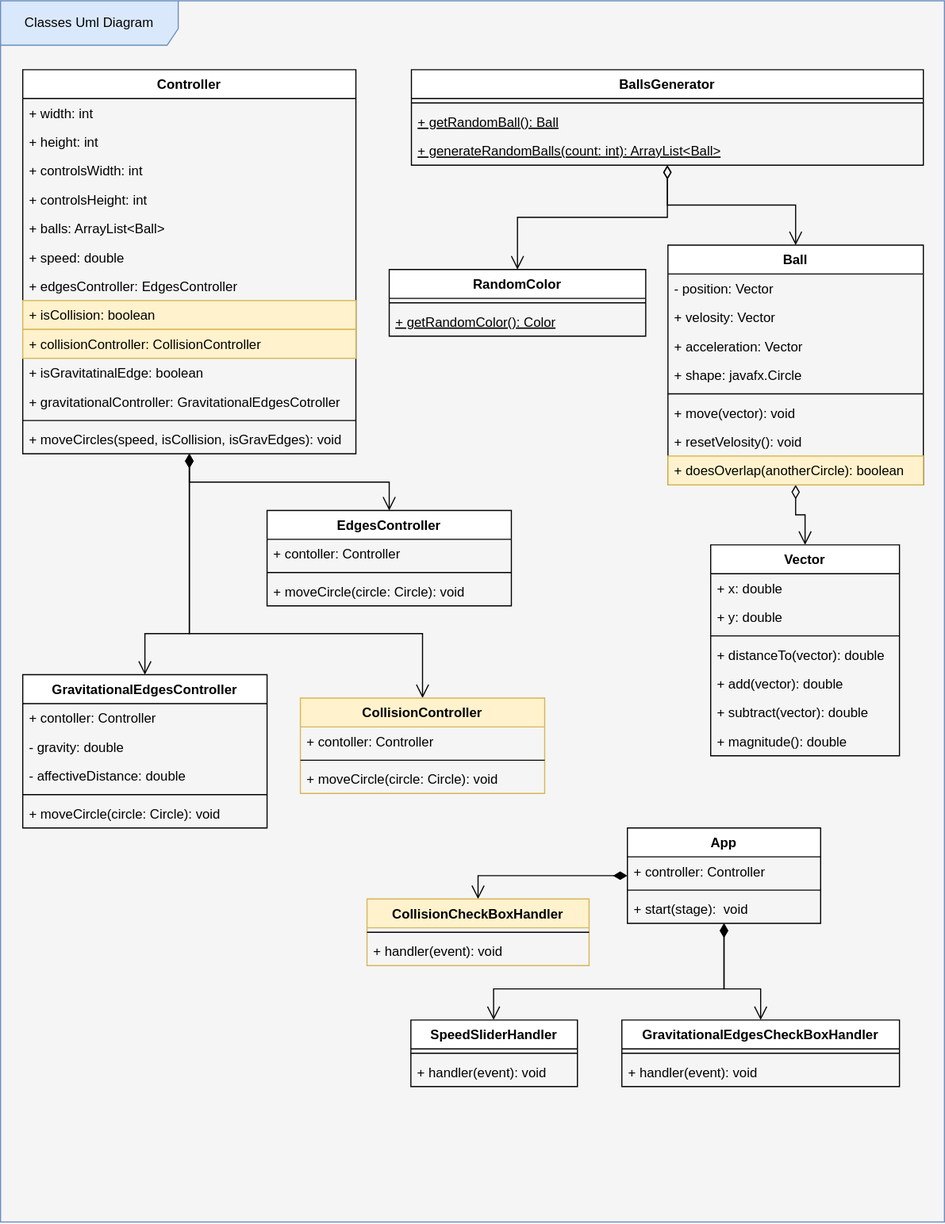
Earlier version of the draw.io export bouncing-balls-class-uml.svg (MuhammadSawalhy/bouncing-balls-javafx). Source tidied: cells renumbered, new cells last; positions are measured from the earlier drawing's top-left corner, leaving out a move shared by most shapes.
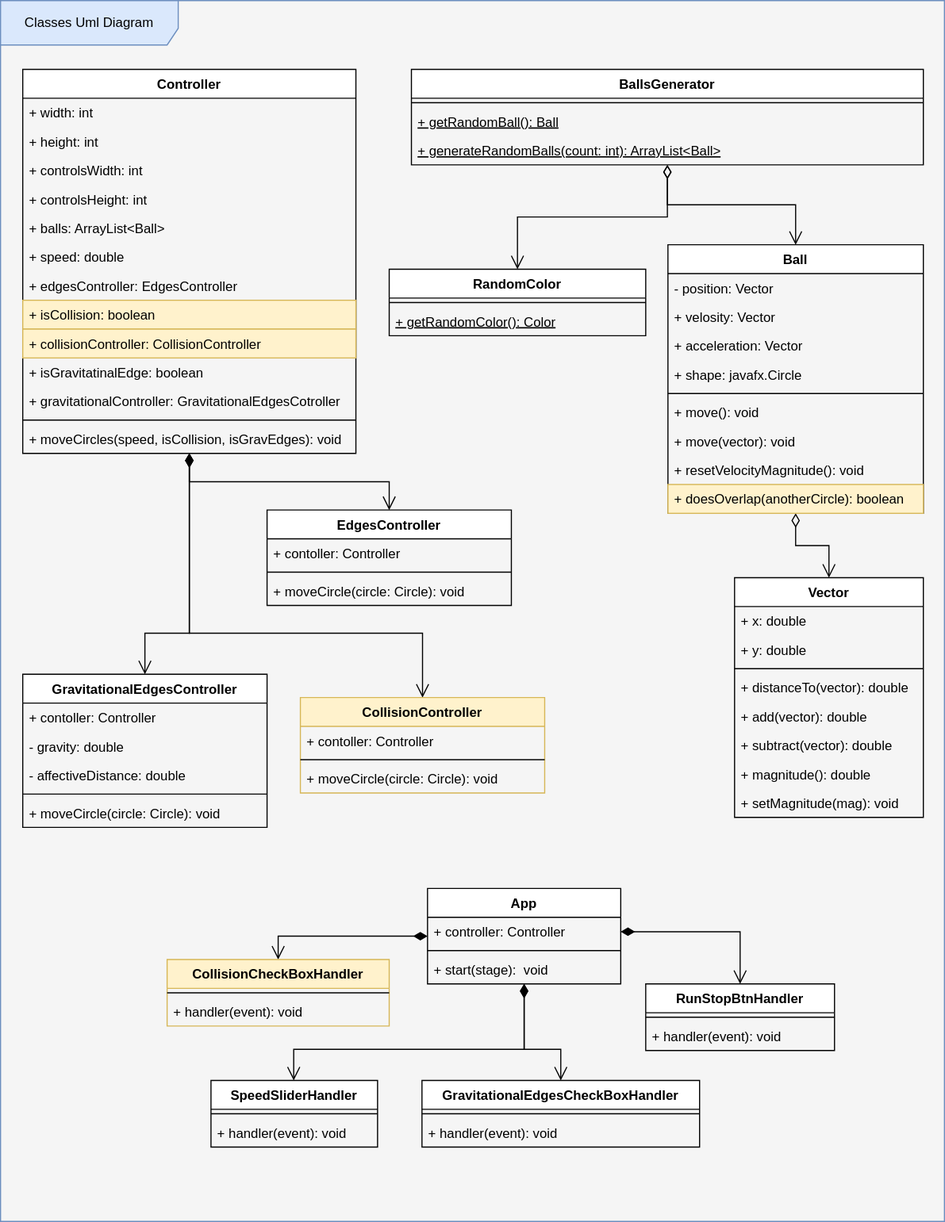
The same file after the commit.

Commit message:
Update class uml diagram

- New method in Ball class to move() itself using it properties
- Add event handler for stop/run button

Change to the diagram source:
```diff
@@ -72,21 +72,21 @@
     <mxCell id="21" style="edgeStyle=orthogonalEdgeStyle;rounded=0;jettySize=auto;html=1;entryX=0.5;entryY=0;entryDx=0;entryDy=0;startArrow=diamondThin;startFill=1;endArrow=open;endFill=0;startSize=10;endSize=10;strokeWidth=1;" parent="1" edge="1" source="23" target="71">
       <mxGeometry relative="1" as="geometry">
         <Array as="points">
-          <mxPoint x="652" y="890" />
-          <mxPoint x="684" y="890" />
+          <mxPoint x="472" y="945" />
+          <mxPoint x="504" y="945" />
         </Array>
       </mxGeometry>
     </mxCell>
     <mxCell id="22" style="edgeStyle=orthogonalEdgeStyle;rounded=0;jettySize=auto;html=1;startArrow=diamondThin;startFill=1;endArrow=open;endFill=0;startSize=10;endSize=10;strokeWidth=1;" parent="1" edge="1" source="23" target="74">
       <mxGeometry relative="1" as="geometry">
         <Array as="points">
-          <mxPoint x="652" y="890" />
-          <mxPoint x="444" y="890" />
+          <mxPoint x="472" y="945" />
+          <mxPoint x="264" y="945" />
         </Array>
       </mxGeometry>
     </mxCell>
     <mxCell id="23" value="App" style="swimlane;fontStyle=1;align=center;verticalAlign=top;horizontal=1;startSize=26;shadow=0;" parent="1" vertex="1">
-      <mxGeometry x="564.5" y="745" width="174" height="86" as="geometry" />
+      <mxGeometry x="384.5" y="800" width="174" height="86" as="geometry" />
     </mxCell>
     <mxCell id="24" value="+ controller: Controller" style="text;strokeColor=none;fillColor=none;align=left;verticalAlign=top;spacingLeft=4;spacingRight=4;overflow=hidden;points=[[0,0.5],[1,0.5]];portConstraint=eastwest;shadow=0;" parent="23" vertex="1">
       <mxGeometry y="26" width="174" height="26" as="geometry" />
@@ -170,7 +170,7 @@
       <mxGeometry relative="1" as="geometry" />
     </mxCell>
     <mxCell id="51" value="Ball" style="swimlane;fontStyle=1;align=center;verticalAlign=top;horizontal=1;startSize=26;shadow=0;" parent="1" vertex="1">
-      <mxGeometry x="601" y="220" width="230" height="216" as="geometry" />
+      <mxGeometry x="601" y="220" width="230" height="242" as="geometry" />
     </mxCell>
     <mxCell id="52" value="- position: Vector" style="text;strokeColor=none;fillColor=none;align=left;verticalAlign=top;spacingLeft=4;spacingRight=4;overflow=hidden;shadow=0;" parent="51" vertex="1">
       <mxGeometry y="26" width="230" height="26" as="geometry" />
@@ -187,17 +187,20 @@
     <mxCell id="56" style="line;strokeWidth=1;fillColor=none;align=left;verticalAlign=middle;spacingTop=-1;spacingLeft=3;spacingRight=3;labelPosition=right;shadow=0;" parent="51" vertex="1">
       <mxGeometry y="130" width="230" height="8" as="geometry" />
     </mxCell>
+    <mxCell id="77" value="+ move(): void" style="text;strokeColor=none;fillColor=none;align=left;verticalAlign=top;spacingLeft=4;spacingRight=4;overflow=hidden;shadow=0;" parent="51" vertex="1">
+      <mxGeometry y="138" width="230" height="26" as="geometry" />
+    </mxCell>
     <mxCell id="57" value="+ move(vector): void" style="text;strokeColor=none;fillColor=none;align=left;verticalAlign=top;spacingLeft=4;spacingRight=4;overflow=hidden;shadow=0;" parent="51" vertex="1">
-      <mxGeometry y="138" width="230" height="26" as="geometry" />
+      <mxGeometry y="164" width="230" height="26" as="geometry" />
     </mxCell>
-    <mxCell id="58" value="+ resetVelosity(): void" style="text;strokeColor=none;fillColor=none;align=left;verticalAlign=top;spacingLeft=4;spacingRight=4;overflow=hidden;shadow=0;" parent="51" vertex="1">
-      <mxGeometry y="164" width="230" height="26" as="geometry" />
+    <mxCell id="58" value="+ resetVelocityMagnitude(): void" style="text;strokeColor=none;fillColor=none;align=left;verticalAlign=top;spacingLeft=4;spacingRight=4;overflow=hidden;shadow=0;" parent="51" vertex="1">
+      <mxGeometry y="190" width="230" height="26" as="geometry" />
     </mxCell>
     <mxCell id="59" value="+ doesOverlap(anotherCircle): boolean" style="text;strokeColor=#d6b656;fillColor=#fff2cc;align=left;verticalAlign=top;spacingLeft=4;spacingRight=4;overflow=hidden;shadow=0;" parent="51" vertex="1">
-      <mxGeometry y="190" width="230" height="26" as="geometry" />
+      <mxGeometry y="216" width="230" height="26" as="geometry" />
     </mxCell>
     <mxCell id="60" value="Vector" style="swimlane;fontStyle=1;align=center;verticalAlign=top;horizontal=1;startSize=26;shadow=0;" parent="1" vertex="1">
-      <mxGeometry x="639.5" y="490" width="170" height="190" as="geometry" />
+      <mxGeometry x="661" y="520" width="170" height="216" as="geometry" />
     </mxCell>
     <mxCell id="61" value="+ x: double" style="text;strokeColor=none;fillColor=none;align=left;verticalAlign=top;spacingLeft=4;spacingRight=4;overflow=hidden;shadow=0;" parent="60" vertex="1">
       <mxGeometry y="26" width="170" height="26" as="geometry" />
@@ -220,8 +223,11 @@
     <mxCell id="67" value="+ magnitude(): double" style="text;strokeColor=none;fillColor=none;align=left;verticalAlign=top;spacingLeft=4;spacingRight=4;overflow=hidden;shadow=0;" parent="60" vertex="1">
       <mxGeometry y="164" width="170" height="26" as="geometry" />
     </mxCell>
+    <mxCell id="78" value="+ setMagnitude(mag): void" style="text;strokeColor=none;fillColor=none;align=left;verticalAlign=top;spacingLeft=4;spacingRight=4;overflow=hidden;shadow=0;" parent="60" vertex="1">
+      <mxGeometry y="190" width="170" height="26" as="geometry" />
+    </mxCell>
     <mxCell id="68" value="CollisionCheckBoxHandler" style="swimlane;fontStyle=1;align=center;verticalAlign=top;horizontal=1;startSize=26;shadow=0;fillColor=#fff2cc;strokeColor=#d6b656;" parent="1" vertex="1">
-      <mxGeometry x="330" y="809" width="200" height="60" as="geometry" />
+      <mxGeometry x="150" y="864" width="200" height="60" as="geometry" />
     </mxCell>
     <mxCell id="69" style="line;strokeWidth=1;fillColor=none;align=left;verticalAlign=middle;spacingTop=-1;spacingLeft=3;spacingRight=3;labelPosition=right;shadow=0;" parent="68" vertex="1">
       <mxGeometry y="26" width="200" height="8" as="geometry" />
@@ -230,7 +236,7 @@
       <mxGeometry y="34" width="200" height="26" as="geometry" />
     </mxCell>
     <mxCell id="71" value="GravitationalEdgesCheckBoxHandler" style="swimlane;fontStyle=1;align=center;verticalAlign=top;horizontal=1;startSize=26;shadow=0;" parent="1" vertex="1">
-      <mxGeometry x="559.5" y="918" width="250" height="60" as="geometry" />
+      <mxGeometry x="379.5" y="973" width="250" height="60" as="geometry" />
     </mxCell>
     <mxCell id="72" style="line;strokeWidth=1;fillColor=none;align=left;verticalAlign=middle;spacingTop=-1;spacingLeft=3;spacingRight=3;labelPosition=right;shadow=0;" parent="71" vertex="1">
       <mxGeometry y="26" width="250" height="8" as="geometry" />
@@ -239,7 +245,7 @@
       <mxGeometry y="34" width="250" height="26" as="geometry" />
     </mxCell>
     <mxCell id="74" value="SpeedSliderHandler" style="swimlane;fontStyle=1;align=center;verticalAlign=top;horizontal=1;startSize=26;shadow=0;" parent="1" vertex="1">
-      <mxGeometry x="369.5" y="918" width="150" height="60" as="geometry" />
+      <mxGeometry x="189.5" y="973" width="150" height="60" as="geometry" />
     </mxCell>
     <mxCell id="75" style="line;strokeWidth=1;fillColor=none;align=left;verticalAlign=middle;spacingTop=-1;spacingLeft=3;spacingRight=3;labelPosition=right;shadow=0;" parent="74" vertex="1">
       <mxGeometry y="26" width="150" height="8" as="geometry" />
@@ -247,5 +253,21 @@
     <mxCell id="76" value="+ handler(event): void" style="text;strokeColor=none;fillColor=none;align=left;verticalAlign=top;spacingLeft=4;spacingRight=4;overflow=hidden;shadow=0;" parent="74" vertex="1">
       <mxGeometry y="34" width="150" height="26" as="geometry" />
     </mxCell>
+    <mxCell id="79" value="RunStopBtnHandler" style="swimlane;fontStyle=1;align=center;verticalAlign=top;horizontal=1;startSize=26;shadow=0;" parent="1" vertex="1">
+      <mxGeometry x="581" y="886" width="170" height="60" as="geometry" />
+    </mxCell>
+    <mxCell id="80" style="line;strokeWidth=1;fillColor=none;align=left;verticalAlign=middle;spacingTop=-1;spacingLeft=3;spacingRight=3;labelPosition=right;shadow=0;" parent="79" vertex="1">
+      <mxGeometry y="26" width="170" height="8" as="geometry" />
+    </mxCell>
+    <mxCell id="81" value="+ handler(event): void" style="text;strokeColor=none;fillColor=none;align=left;verticalAlign=top;spacingLeft=4;spacingRight=4;overflow=hidden;shadow=0;" parent="79" vertex="1">
+      <mxGeometry y="34" width="170" height="26" as="geometry" />
+    </mxCell>
+    <mxCell id="82" style="edgeStyle=orthogonalEdgeStyle;rounded=0;jettySize=auto;html=1;startArrow=diamondThin;startFill=1;endArrow=open;endFill=0;startSize=10;endSize=10;strokeWidth=1;exitX=1;exitY=0.5;exitDx=0;exitDy=0;entryX=0.5;entryY=0;entryDx=0;entryDy=0;" parent="1" edge="1" source="24" target="79">
+      <mxGeometry relative="1" as="geometry">
+        <Array as="points">
+          <mxPoint x="666" y="839" />
+        </Array>
+      </mxGeometry>
+    </mxCell>
   </root>
 </mxGraphModel>
```
